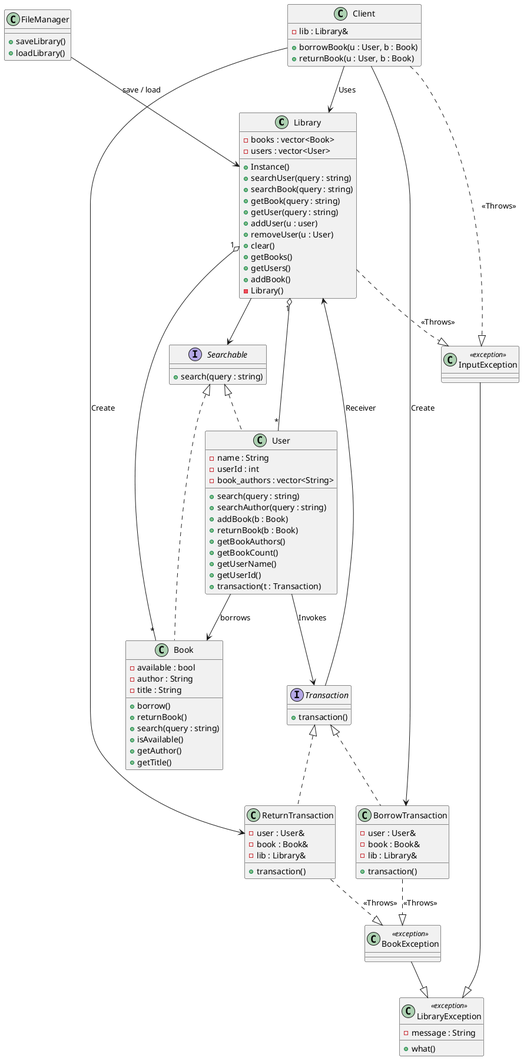
Before: library.png, a diagram exported from PlantUML (Vincent-Pierce/Adaptive-Library-Management-System).
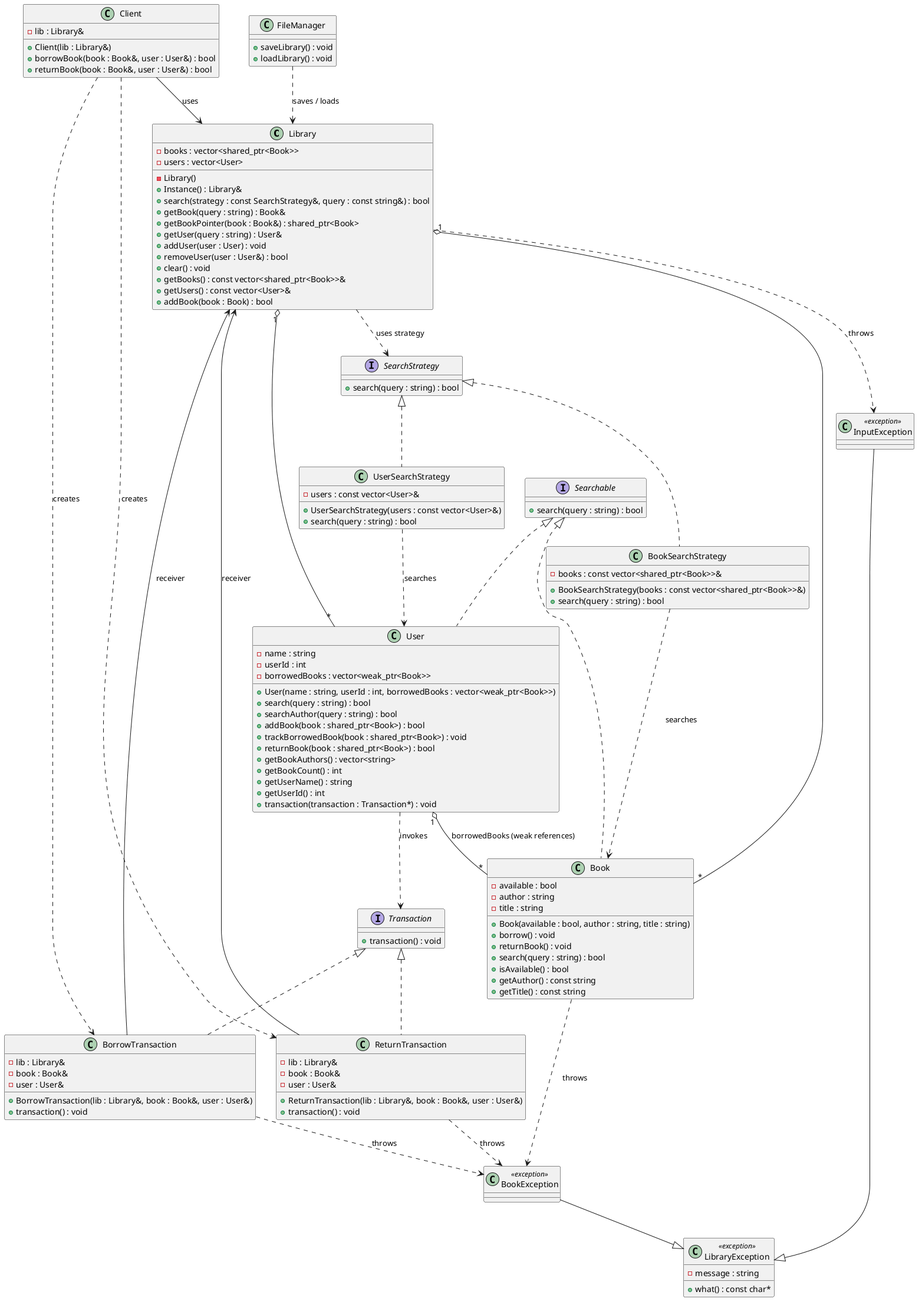
Above is the later version.

What changed in the source:
```diff
@@ -1,126 +1,137 @@
 @startuml
 
 class Library {
-    - books : vector<Book>
+    - books : vector<shared_ptr<Book>>
     - users : vector<User>
-
-    + Instance()
-    + searchUser(query : string)
-    + searchBook(query : string)
-    + getBook(query : string)
-    + getUser(query : string)
-    + addUser(u : user)
-    + removeUser(u : User)
-    + clear()
-    + getBooks()
-    + getUsers()
-    + addBook()
     - Library()
+    + Instance() : Library&
+    + search(strategy : const SearchStrategy&, query : const string&) : bool
+    + getBook(query : string) : Book&
+    + getBookPointer(book : Book&) : shared_ptr<Book>
+    + getUser(query : string) : User&
+    + addUser(user : User) : void
+    + removeUser(user : User&) : bool
+    + clear() : void
+    + getBooks() : const vector<shared_ptr<Book>>&
+    + getUsers() : const vector<User>&
+    + addBook(book : Book) : bool
 }
 
 interface Searchable {
+    + search(query : string) : bool
+}
 
-    +search(query : string)
+interface SearchStrategy {
+    + search(query : string) : bool
+}
+
+class BookSearchStrategy {
+    - books : const vector<shared_ptr<Book>>&
+    + BookSearchStrategy(books : const vector<shared_ptr<Book>>&)
+    + search(query : string) : bool
+}
+
+class UserSearchStrategy {
+    - users : const vector<User>&
+    + UserSearchStrategy(users : const vector<User>&)
+    + search(query : string) : bool
 }
 
 class Book {
     - available : bool
-    - author : String
-    - title : String
-
-    + borrow()
-    + returnBook()
-    + search(query : string)
-    + isAvailable()
-    + getAuthor()
-    + getTitle()
+    - author : string
+    - title : string
+    + Book(available : bool, author : string, title : string)
+    + borrow() : void
+    + returnBook() : void
+    + search(query : string) : bool
+    + isAvailable() : bool
+    + getAuthor() : const string
+    + getTitle() : const string
 }
 
 class User {
-    - name : String
+    - name : string
     - userId : int
-    - book_authors : vector<String>
-
-    + search(query : string)
-    + searchAuthor(query : string)
-    + addBook(b : Book)
-    + returnBook(b : Book)
-    + getBookAuthors()
-    + getBookCount()
-    + getUserName()
-    + getUserId()
-    + transaction(t : Transaction)
+    - borrowedBooks : vector<weak_ptr<Book>>
+    + User(name : string, userId : int, borrowedBooks : vector<weak_ptr<Book>>)
+    + search(query : string) : bool
+    + searchAuthor(query : string) : bool
+    + addBook(book : shared_ptr<Book>) : bool
+    + trackBorrowedBook(book : shared_ptr<Book>) : void
+    + returnBook(book : shared_ptr<Book>) : bool
+    + getBookAuthors() : vector<string>
+    + getBookCount() : int
+    + getUserName() : string
+    + getUserId() : int
+    + transaction(transaction : Transaction*) : void
 }
-
 
 class Client {
     - lib : Library&
-    + borrowBook(u : User, b : Book)
-    + returnBook(u : User, b : Book)
+    + Client(lib : Library&)
+    + borrowBook(book : Book&, user : User&) : bool
+    + returnBook(book : Book&, user : User&) : bool
 }
 
 interface Transaction {
-
-    +transaction()
+    + transaction() : void
 }
 
 class BorrowTransaction {
+    - lib : Library&
+    - book : Book&
     - user : User&
-    - book : Book&
-    - lib : Library&
-
-    +transaction()
+    + BorrowTransaction(lib : Library&, book : Book&, user : User&)
+    + transaction() : void
 }
 
 class ReturnTransaction {
+    - lib : Library&
+    - book : Book&
     - user : User&
-    - book : Book&
-    - lib : Library&
-
-    +transaction()
-}
-
-class LibraryException {
-    - message : String
-
-    + what()
-}
-
-class BookException {
-
-}
-
-class InputException {
-
+    + ReturnTransaction(lib : Library&, book : Book&, user : User&)
+    + transaction() : void
 }
 
 class FileManager {
-    + saveLibrary()
-    + loadLibrary()
+    + saveLibrary() : void
+    + loadLibrary() : void
 }
 
-class LibraryException <<exception>>
+class LibraryException <<exception>> {
+    - message : string
+    + what() : const char*
+}
+
+class BookException <<exception>>
 class InputException <<exception>>
-class BookException <<exception>>
 
 Searchable <|.. Book
 Searchable <|.. User
+SearchStrategy <|.. BookSearchStrategy
+SearchStrategy <|.. UserSearchStrategy
 Transaction <|.. BorrowTransaction
 Transaction <|.. ReturnTransaction
-Transaction --> Library : Receiver
-Client --> BorrowTransaction : Create
-Client --> ReturnTransaction : Create
-Client --> Library : Uses
+
 Library "1" o-- "*" Book
 Library "1" o-- "*" User
-Library --> Searchable
-User --> Book : borrows
-User --> Transaction : Invokes
-FileManager --> Library : save / load
+Library ..> SearchStrategy : uses strategy
+BookSearchStrategy ..> Book : searches
+UserSearchStrategy ..> User : searches
+User "1" o-- "*" Book : borrowedBooks (weak references)
+User ..> Transaction : invokes
+Client --> Library : uses
+Client ..> BorrowTransaction : creates
+Client ..> ReturnTransaction : creates
+BorrowTransaction --> Library : receiver
+ReturnTransaction --> Library : receiver
+FileManager ..> Library : saves / loads
+
 BookException --|> LibraryException
 InputException --|> LibraryException
-Client ..|> InputException : <<Throws>>
-ReturnTransaction ..|> BookException : <<Throws>>
-BorrowTransaction ..|> BookException : <<Throws>>
-Library ..|> InputException : <<Throws>>
+Library ..> InputException : throws
+Book ..> BookException : throws
+BorrowTransaction ..> BookException : throws
+ReturnTransaction ..> BookException : throws
 @enduml
```
